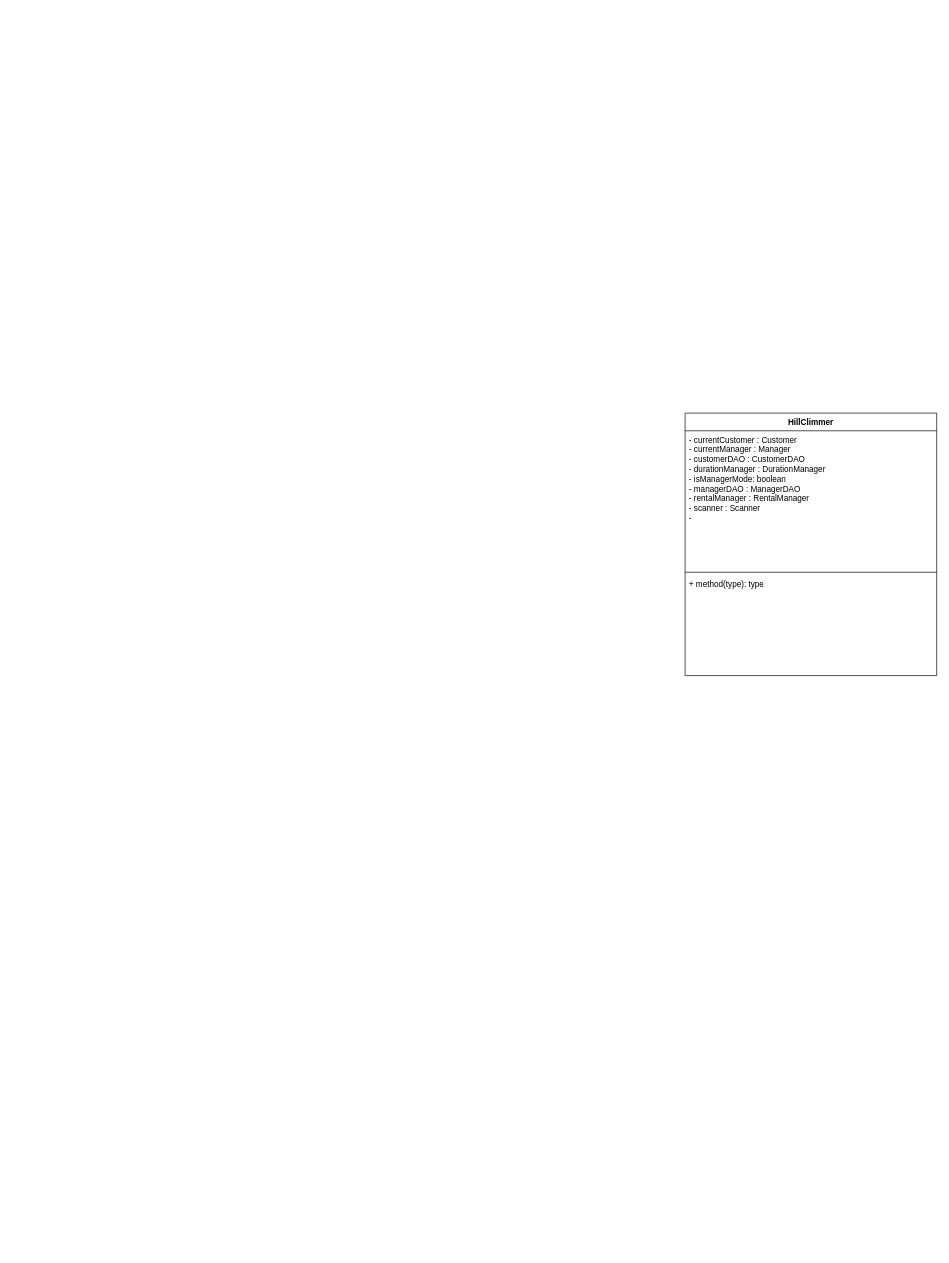
Before: HillClimmer Updated UML diagram.drawio in Dellrall/BMCS2023-OOP-group-assignment, a draw.io diagram. Source tidied: cells renumbered, new cells numbered last; positions are measured from the earlier drawing's top-left corner, leaving out a move shared by most shapes. Both pictures are drawn from the tidied source at 68%, with x=0, y=0 at pixel (685, 413).
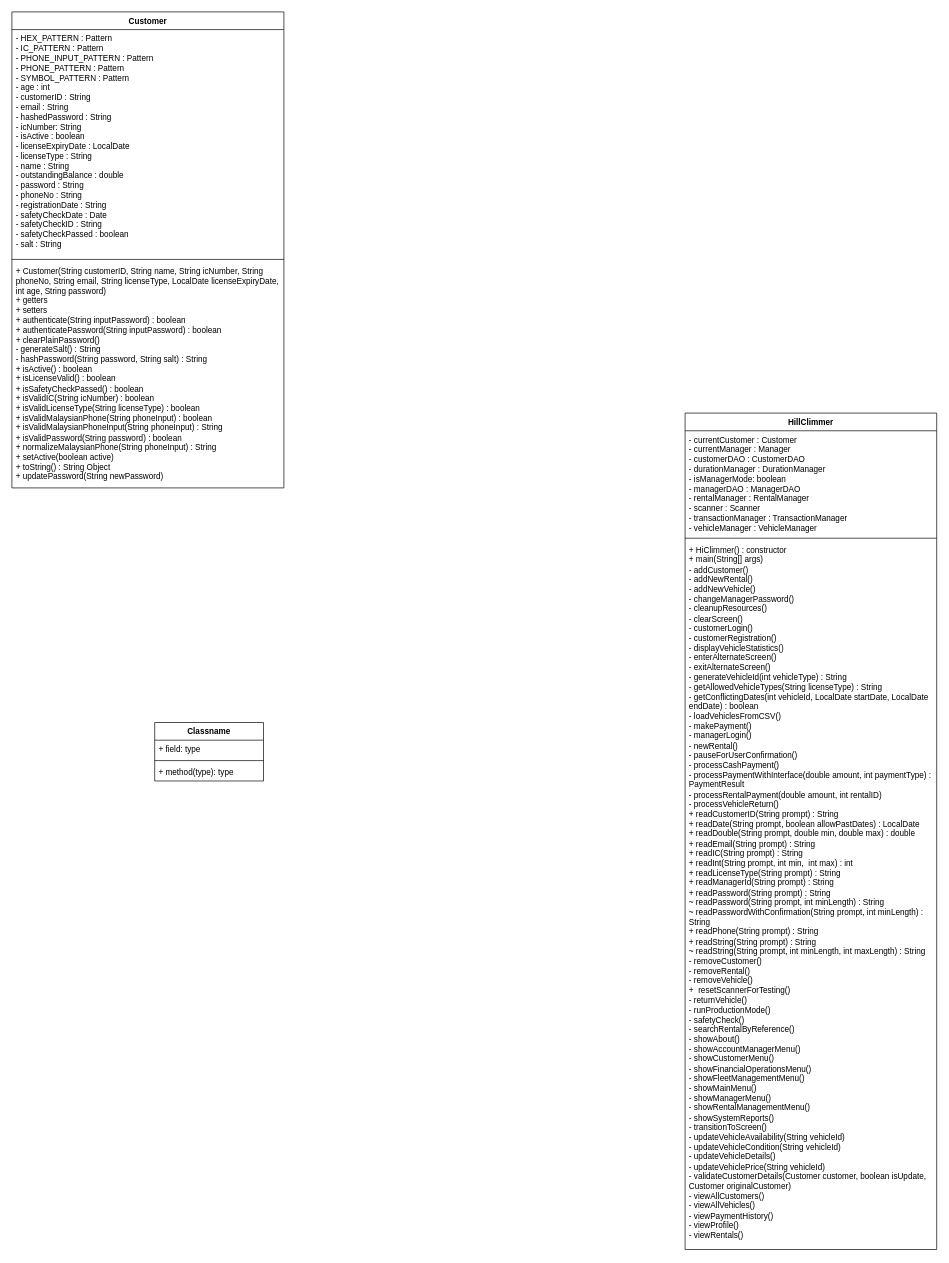
The same diagram, later.

Commit message:
Added Main Class and Customer Class

What changed in the source:
```diff
@@
 <mxGraphModel>
   <root>
     <mxCell id="0" />
     <mxCell id="1" parent="0" />
     <mxCell id="2" value="HillClimmer" style="swimlane;fontStyle=1;align=center;verticalAlign=top;horizontal=1;startSize=26;whiteSpace=wrap;html=1;" parent="1" vertex="1">
-      <mxGeometry width="370" height="386" as="geometry" />
+      <mxGeometry width="370" height="1230" as="geometry" />
     </mxCell>
-    <mxCell id="3" value="- currentCustomer : Customer&lt;br&gt;- currentManager : Manager&lt;br&gt;- customerDAO : CustomerDAO&lt;div&gt;- durationManager : DurationManager&lt;br&gt;- isManagerMode: boolean&lt;br&gt;- managerDAO : ManagerDAO&lt;br&gt;- rentalManager : RentalManager&lt;br&gt;- scanner : Scanner&lt;br&gt;-&lt;br&gt;&lt;div&gt;&lt;br&gt;&lt;/div&gt;&lt;/div&gt;" style="text;strokeColor=none;fillColor=none;align=left;verticalAlign=top;spacingLeft=4;spacingRight=4;overflow=hidden;whiteSpace=wrap;html=1;" parent="2" vertex="1">
-      <mxGeometry y="26" width="370" height="204" as="geometry" />
+    <mxCell id="3" value="- currentCustomer : Customer&lt;br&gt;- currentManager : Manager&lt;br&gt;- customerDAO : CustomerDAO&lt;div&gt;- durationManager : DurationManager&lt;br&gt;- isManagerMode: boolean&lt;br&gt;- managerDAO : ManagerDAO&lt;br&gt;- rentalManager : RentalManager&lt;br&gt;- scanner : Scanner&lt;br&gt;- transactionManager : TransactionManager&lt;br&gt;- vehicleManager : VehicleManager&lt;br&gt;&lt;br&gt;&lt;div&gt;&lt;br&gt;&lt;/div&gt;&lt;/div&gt;" style="text;strokeColor=none;fillColor=none;align=left;verticalAlign=top;spacingLeft=4;spacingRight=4;overflow=hidden;whiteSpace=wrap;html=1;" parent="2" vertex="1">
+      <mxGeometry y="26" width="370" height="154" as="geometry" />
     </mxCell>
     <mxCell id="4" style="line;strokeWidth=1;fillColor=none;align=left;verticalAlign=middle;spacingTop=-1;spacingLeft=3;spacingRight=3;labelPosition=right;strokeColor=inherit;" parent="2" vertex="1">
-      <mxGeometry y="230" width="370" height="8" as="geometry" />
+      <mxGeometry y="180" width="370" height="8" as="geometry" />
     </mxCell>
-    <mxCell id="5" value="+ method(type): type" style="text;strokeColor=none;fillColor=none;align=left;verticalAlign=top;spacingLeft=4;spacingRight=4;overflow=hidden;whiteSpace=wrap;html=1;" parent="2" vertex="1">
-      <mxGeometry y="238" width="370" height="148" as="geometry" />
+    <mxCell id="5" value="+ HiClimmer() : constructor&lt;br&gt;+ main(String[] args)&lt;br&gt;- addCustomer()&lt;br&gt;- addNewRental()&lt;br&gt;- addNewVehicle()&lt;br&gt;- changeManagerPassword()&lt;br&gt;- cleanupResources()&lt;br&gt;- clearScreen()&lt;br&gt;- customerLogin()&lt;br&gt;- customerRegistration()&lt;br&gt;- displayVehicleStatistics()&lt;br&gt;- enterAlternateScreen()&lt;br&gt;- exitAlternateScreen()&lt;br&gt;- generateVehicleId(int vehicleType) : String&lt;br&gt;- getAllowedVehicleTypes(String licenseType) : String&lt;br&gt;- getConflictingDates(int vehicleId, LocalDate startDate, LocalDate endDate) : boolean&lt;br&gt;- loadVehiclesFromCSV()&lt;br&gt;- makePayment()&lt;br&gt;- managerLogin()&lt;br&gt;- newRental()&lt;br&gt;- pauseForUserConfirmation()&lt;br&gt;- processCashPayment()&lt;br&gt;- processPaymentWithInterface(double amount, int paymentType) : PaymentResult&lt;br&gt;- processRentalPayment(double amount, int rentalID)&lt;br&gt;- processVehicleReturn()&lt;br&gt;+ readCustomerID(String prompt) : String&lt;br&gt;+ readDate(String prompt, boolean allowPastDates) : LocalDate&lt;br&gt;+ readDouble(String prompt, double min, double max) : double&lt;br&gt;+ readEmail(String prompt) : String&lt;br&gt;+ readIC(String prompt) : String&lt;br&gt;+ readInt(String prompt, int min,&amp;nbsp; int max) : int&lt;br&gt;+ readLicenseType(String prompt) : String&lt;br&gt;+ readManagerId(String prompt) : String&lt;br&gt;+ readPassword(String prompt) : String&lt;br&gt;~ readPassword(String prompt, int minLength) : String&lt;br&gt;~ readPasswordWithConfirmation(String prompt, int minLength) : String&lt;br&gt;+ readPhone(String prompt) : String&lt;br&gt;+ readString(String prompt) : String&lt;br&gt;~ readString(String prompt, int minLength, int maxLength) : String&lt;br&gt;- removeCustomer()&lt;br&gt;- removeRental()&lt;br&gt;- removeVehicle()&lt;br&gt;+&amp;nbsp; resetScannerForTesting()&lt;br&gt;- returnVehicle()&lt;br&gt;- runProductionMode()&lt;br&gt;- safetyCheck()&lt;br&gt;- searchRentalByReference()&lt;br&gt;- showAbout()&lt;br&gt;- showAccountManagerMenu()&lt;br&gt;- showCustomerMenu()&lt;br&gt;- showFinancialOperationsMenu()&lt;br&gt;- showFleetManagementMenu()&lt;br&gt;- showMainMenu()&lt;br&gt;- showManagerMenu()&lt;br&gt;- showRentalManagementMenu()&lt;br&gt;- showSystemReports()&lt;br&gt;- transitionToScreen()&lt;br&gt;- updateVehicleAvailability(String vehicleId)&lt;br&gt;- updateVehicleCondition(String vehicleId)&lt;br&gt;- updateVehicleDetails()&lt;br&gt;- updateVehiclePrice(String vehicleId)&lt;br&gt;- validateCustomerDetails(Customer customer, boolean isUpdate, Customer originalCustomer)&lt;br&gt;- viewAllCustomers()&lt;br&gt;- viewAllVehicles()&lt;br&gt;- viewPaymentHistory()&lt;br&gt;- viewProfile()&lt;br&gt;- viewRentals()" style="text;strokeColor=none;fillColor=none;align=left;verticalAlign=top;spacingLeft=4;spacingRight=4;overflow=hidden;whiteSpace=wrap;html=1;" parent="2" vertex="1">
+      <mxGeometry y="188" width="370" height="1042" as="geometry" />
     </mxCell>
+    <mxCell id="6" value="Customer" style="swimlane;fontStyle=1;align=center;verticalAlign=top;horizontal=1;startSize=26;whiteSpace=wrap;html=1;" parent="1" vertex="1">
+      <mxGeometry x="-990" y="-590" width="400" height="700" as="geometry" />
+    </mxCell>
+    <mxCell id="7" value="- HEX_PATTERN : Pattern&lt;br&gt;- IC_PATTERN : Pattern&lt;br&gt;- PHONE_INPUT_PATTERN : Pattern&lt;br&gt;- PHONE_PATTERN : Pattern&lt;br&gt;- SYMBOL_PATTERN : Pattern&lt;br&gt;- age : int&lt;br&gt;- customerID : String&lt;br&gt;- email : String&lt;br&gt;- hashedPassword : String&lt;br&gt;- icNumber: String&lt;br&gt;- isActive : boolean&lt;br&gt;- licenseExpiryDate : LocalDate&lt;br&gt;- licenseType : String&lt;br&gt;- name : String&lt;br&gt;- outstandingBalance : double&lt;br&gt;- password : String&lt;br&gt;- phoneNo : String&lt;br&gt;- registrationDate : String&lt;br&gt;- safetyCheckDate : Date&lt;br&gt;- safetyCheckID : String&lt;br&gt;- safetyCheckPassed : boolean&lt;br&gt;- salt : String" style="text;strokeColor=none;fillColor=none;align=left;verticalAlign=top;spacingLeft=4;spacingRight=4;overflow=hidden;whiteSpace=wrap;html=1;" parent="6" vertex="1">
+      <mxGeometry y="26" width="400" height="334" as="geometry" />
+    </mxCell>
+    <mxCell id="8" style="line;strokeWidth=1;fillColor=none;align=left;verticalAlign=middle;spacingTop=-1;spacingLeft=3;spacingRight=3;labelPosition=right;strokeColor=inherit;" parent="6" vertex="1">
+      <mxGeometry y="360" width="400" height="8" as="geometry" />
+    </mxCell>
+    <mxCell id="9" value="+ Customer(String customerID, String name, String icNumber, String phoneNo, String email, String licenseType, LocalDate licenseExpiryDate, int age, String password)&lt;br&gt;+ getters&lt;br&gt;+ setters&lt;br&gt;+ authenticate(String inputPassword) : boolean&lt;br&gt;+ authenticatePassword(String inputPassword) : boolean&lt;br&gt;+ clearPlainPassword()&lt;br&gt;- generateSalt() : String&lt;br&gt;- hashPassword(String password, String salt) : String&lt;br&gt;+ isActive() : boolean&lt;br&gt;+ isLicenseValid() : boolean&lt;br&gt;+ isSafetyCheckPassed() : boolean&lt;br&gt;+ isValidIC(String icNumber) : boolean&lt;div&gt;+ isValidLicenseType(String licenseType) : boolean&lt;br&gt;+ isValidMalaysianPhone(String phoneInput) : boolean&lt;br&gt;+ isValidMalaysianPhoneInput(String phoneInput) : String&lt;br&gt;+ isValidPassword(String password) : boolean&lt;br&gt;+ normalizeMalaysianPhone(String phoneInput) : String&lt;br&gt;+ setActive(boolean active)&lt;br&gt;+ toString() : String Object&lt;br&gt;+ updatePassword(String newPassword)&lt;br&gt;&lt;br&gt;&lt;br&gt;&lt;/div&gt;" style="text;strokeColor=none;fillColor=none;align=left;verticalAlign=top;spacingLeft=4;spacingRight=4;overflow=hidden;whiteSpace=wrap;html=1;" parent="6" vertex="1">
+      <mxGeometry y="368" width="400" height="332" as="geometry" />
+    </mxCell>
+    <mxCell id="10" value="Classname" style="swimlane;fontStyle=1;align=center;verticalAlign=top;horizontal=1;startSize=26;whiteSpace=wrap;html=1;" parent="1" vertex="1">
+      <mxGeometry x="-780" y="455" width="160" height="86" as="geometry" />
+    </mxCell>
+    <mxCell id="11" value="+ field: type" style="text;strokeColor=none;fillColor=none;align=left;verticalAlign=top;spacingLeft=4;spacingRight=4;overflow=hidden;whiteSpace=wrap;html=1;" parent="10" vertex="1">
+      <mxGeometry y="26" width="160" height="26" as="geometry" />
+    </mxCell>
+    <mxCell id="12" style="line;strokeWidth=1;fillColor=none;align=left;verticalAlign=middle;spacingTop=-1;spacingLeft=3;spacingRight=3;labelPosition=right;strokeColor=inherit;" parent="10" vertex="1">
+      <mxGeometry y="52" width="160" height="8" as="geometry" />
+    </mxCell>
+    <mxCell id="13" value="+ method(type): type" style="text;strokeColor=none;fillColor=none;align=left;verticalAlign=top;spacingLeft=4;spacingRight=4;overflow=hidden;whiteSpace=wrap;html=1;" parent="10" vertex="1">
+      <mxGeometry y="60" width="160" height="26" as="geometry" />
+    </mxCell>
   </root>
 </mxGraphModel>
```
